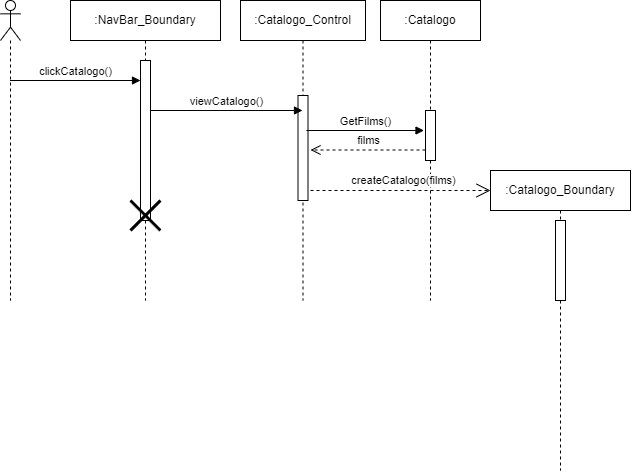
Above: New Diagrams/Sequence Diagrams/UC01 Visualizzazione Catalogo Film.png in superfra01/Rated (draw.io), before the change. Source tidied: cells renumbered, new cells last; positions are measured from the earlier drawing's top-left corner, leaving out a move shared by most shapes.
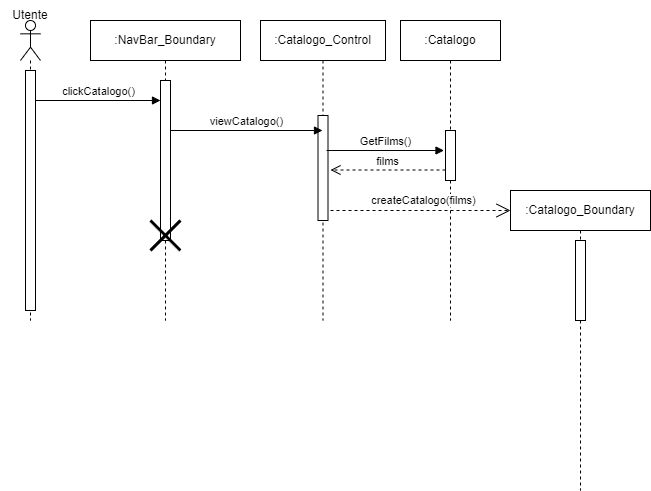
Later version of the same file.

What changed in the source:
```diff
@@ -46,20 +46,25 @@
         <mxPoint x="302" y="110" as="targetPoint" />
       </mxGeometry>
     </mxCell>
-    <mxCell id="14" value="clickCatalogo()" style="html=1;verticalAlign=bottom;endArrow=block;curved=0;rounded=0;" parent="1" edge="1">
+    <mxCell id="14" value="clickCatalogo()" style="html=1;verticalAlign=bottom;endArrow=block;curved=0;rounded=0;" parent="1" edge="1" source="17">
       <mxGeometry relative="1" as="geometry">
-        <mxPoint x="9.5" y="80" as="sourcePoint" />
         <mxPoint x="140" y="80" as="targetPoint" />
       </mxGeometry>
     </mxCell>
     <mxCell id="15" style="shape=umlLifeline;perimeter=lifelinePerimeter;whiteSpace=wrap;html=1;newEdgeStyle={&quot;curved&quot;:0,&quot;rounded&quot;:0};participant=umlActor;" parent="1" vertex="1">
       <mxGeometry width="20" height="300" as="geometry" />
     </mxCell>
+    <mxCell id="17" style="html=1;points=[[0,0,0,0,5],[0,1,0,0,-5],[1,0,0,0,5],[1,1,0,0,-5]];perimeter=orthogonalPerimeter;outlineConnect=0;targetShapes=umlLifeline;portConstraint=eastwest;newEdgeStyle={&quot;curved&quot;:0,&quot;rounded&quot;:0};" parent="15" vertex="1">
+      <mxGeometry x="5" y="50" width="10" height="240" as="geometry" />
+    </mxCell>
     <mxCell id="16" value="createCatalogo(films)" style="endArrow=open;endSize=12;dashed=1;html=1;rounded=0;" parent="1" edge="1">
       <mxGeometry x="0.03" y="10" relative="1" as="geometry">
         <mxPoint x="310" y="190" as="sourcePoint" />
         <mxPoint x="490" y="190" as="targetPoint" />
       </mxGeometry>
     </mxCell>
+    <mxCell id="18" value="Utente" style="text;html=1;align=center;verticalAlign=middle;whiteSpace=wrap;rounded=0;" parent="1" vertex="1">
+      <mxGeometry x="-20" y="-20" width="60" height="30" as="geometry" />
+    </mxCell>
   </root>
 </mxGraphModel>
```
